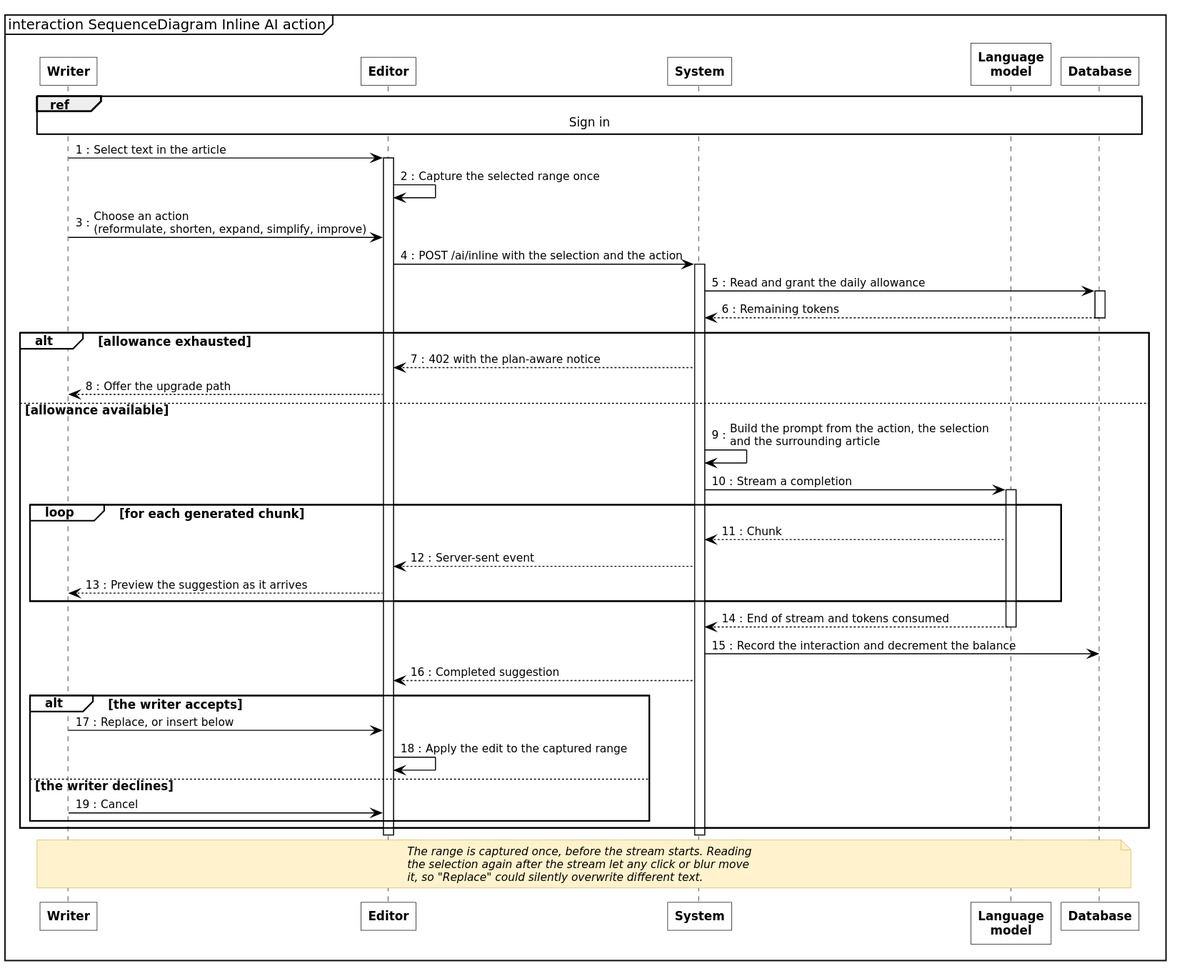
Before: diagrams/fig-4-6-sequence-inline-ai-edit/fig-4-6-sequence-inline-ai-edit.svg, a diagram exported from PlantUML (inkwell-dev/spec.inkwell.ai). Its diagram source:
```plantuml
@startuml
!include ../_style.puml
mainframe interaction SequenceDiagram Inline AI action
autonumber "0 :"

participant "Writer" as R
participant "Editor" as W
participant "System" as A
participant "Language\nmodel" as L
participant "Database" as D

ref over R, D : Sign in

R -> W : Select text in the article
activate W
W -> W : Capture the selected range once
R -> W : Choose an action\n(reformulate, shorten, expand, simplify, improve)
W -> A : POST /ai/inline with the selection and the action
activate A
A -> D : Read and grant the daily allowance
activate D
D --> A : Remaining tokens
deactivate D

alt allowance exhausted
  A --> W : 402 with the plan-aware notice
  W --> R : Offer the upgrade path
else allowance available
  A -> A : Build the prompt from the action, the selection\nand the surrounding article
  A -> L : Stream a completion
  activate L
  loop for each generated chunk
    L --> A : Chunk
    A --> W : Server-sent event
    W --> R : Preview the suggestion as it arrives
  end
  L --> A : End of stream and tokens consumed
  deactivate L
  A -> D : Record the interaction and decrement the balance
  A --> W : Completed suggestion
  alt the writer accepts
    R -> W : Replace, or insert below
    W -> W : Apply the edit to the captured range
  else the writer declines
    R -> W : Cancel
  end
end
deactivate A
deactivate W

note over R, D
  The range is captured once, before the stream starts. Reading
  the selection again after the stream let any click or blur move
  it, so "Replace" could silently overwrite different text.
end note
@enduml
```
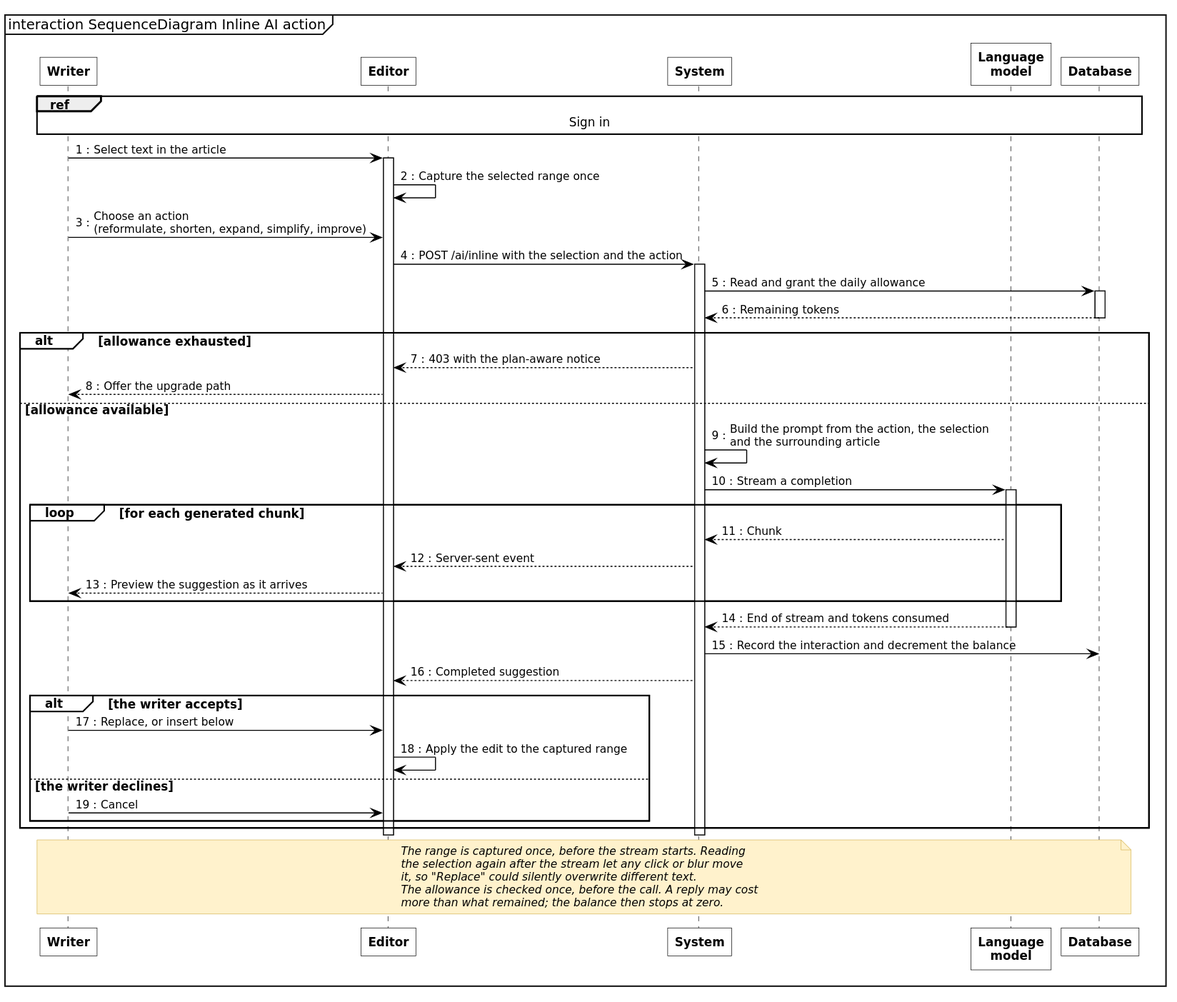
The same file after the commit.

Commit message:
docs(diagrams): fig-4-6 answers an exhausted allowance with 403, and says it may overdraw

AiQuotaGuard throws ForbiddenException, so the refusal is a 403; the figure drew
402, which was wrong from the start rather than drift. The note also says what
the guard implies: the allowance is checked once, before the call, so a reply
may cost more than what remained, and the balance is then floored at zero.

What changed in the source:
```diff
@@ -23,7 +23,7 @@
 deactivate D
 
 alt allowance exhausted
-  A --> W : 402 with the plan-aware notice
+  A --> W : 403 with the plan-aware notice
   W --> R : Offer the upgrade path
 else allowance available
   A -> A : Build the prompt from the action, the selection\nand the surrounding article
@@ -52,5 +52,7 @@
   The range is captured once, before the stream starts. Reading
   the selection again after the stream let any click or blur move
   it, so "Replace" could silently overwrite different text.
+  The allowance is checked once, before the call. A reply may cost
+  more than what remained; the balance then stops at zero.
 end note
 @enduml
```
